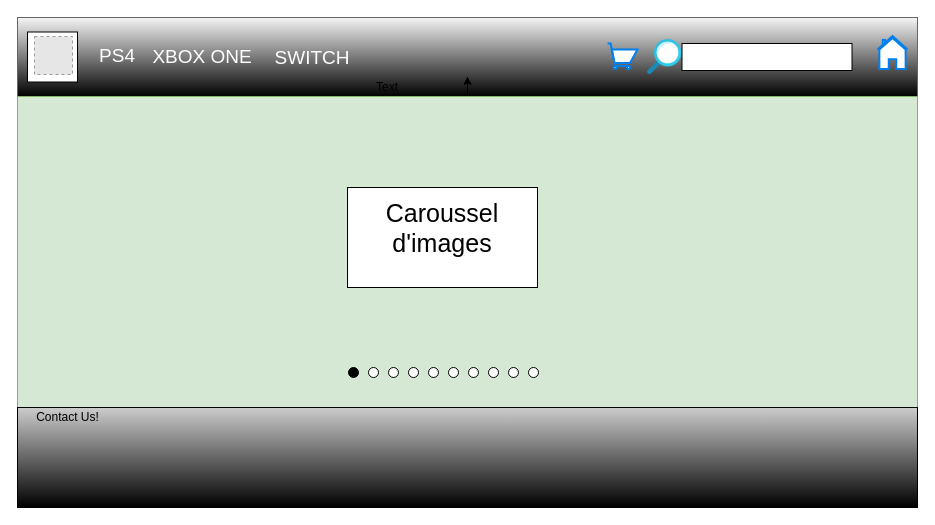
Earlier version of the draw.io diagram Untitled Diagram.drawio (At0micA55/school_stuff). Source tidied: cells renumbered, new cells numbered last; positions are measured from the earlier drawing's top-left corner, leaving out a move shared by most shapes. Both pictures are drawn from the tidied source at 100%, with x=0, y=0 at pixel (17, 17). Pictures stored in the file or linked from it are replaced by grey dashed boxes.
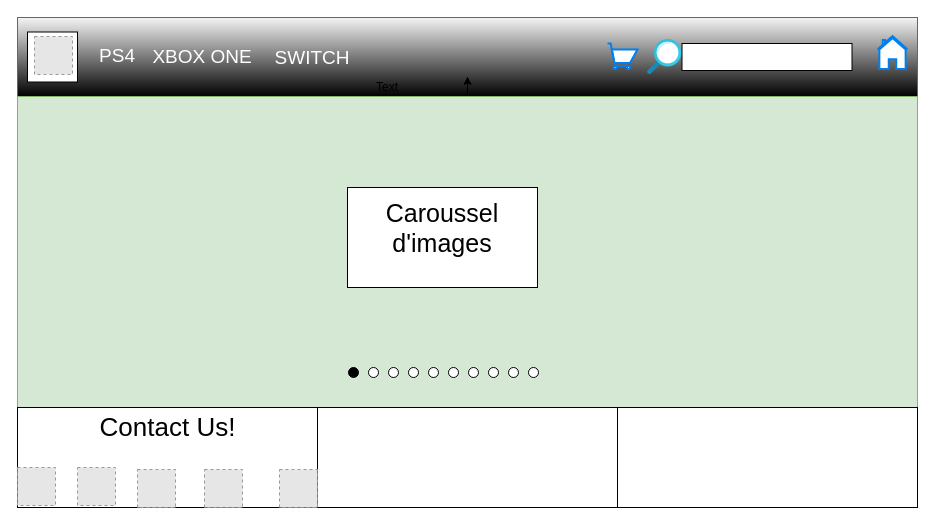
Above is the later version.

Diff of the diagram source:
```diff
@@
-    <mxCell id="18" style="rounded=0;whiteSpace=wrap;html=1;gradientDirection=north;fillColor=#000000;gradientColor=#CCCCCC;" parent="1" vertex="1">
-      <mxGeometry y="390" width="900" height="100" as="geometry" />
-    </mxCell>
@@
-    <mxCell id="20" value="Contact Us!" style="text;html=1;align=center;verticalAlign=middle;fillColor=none;strokeColor=none;rounded=0;" parent="1" vertex="1">
-      <mxGeometry x="10" y="390" width="80" height="20" as="geometry" />
-    </mxCell>
@@
+    <mxCell id="31" style="rounded=0;whiteSpace=wrap;html=1;fillColor=#FFFFFF;gradientColor=none;" parent="1" vertex="1">
+      <mxGeometry y="390" width="300" height="100" as="geometry" />
+    </mxCell>
@@
+    <mxCell id="32" style="rounded=0;whiteSpace=wrap;html=1;fillColor=#FFFFFF;gradientColor=none;" parent="1" vertex="1">
+      <mxGeometry x="300" y="390" width="300" height="100" as="geometry" />
+    </mxCell>
@@
+    <mxCell id="33" style="rounded=0;whiteSpace=wrap;html=1;fillColor=#FFFFFF;gradientColor=none;" parent="1" vertex="1">
+      <mxGeometry x="600" y="390" width="300" height="100" as="geometry" />
+    </mxCell>
+    <mxCell id="20" value="&lt;font style=&quot;font-size: 26px&quot;&gt;Contact Us!&lt;/font&gt;" style="text;html=1;align=center;verticalAlign=middle;fillColor=none;strokeColor=none;rounded=0;" parent="1" vertex="1">
+      <mxGeometry x="75" y="400" width="150" height="20" as="geometry" />
+    </mxCell>
+    <mxCell id="34" style="fillColor=#E6E6E6;strokeColor=#999999;dashed=1;html=1;verticalAlign=top;verticalLabelPosition=bottom;labelBackgroundColor=#ffffff;" parent="1" vertex="1">
+      <mxGeometry x="262" y="452" width="38" height="38" as="geometry" />
+    </mxCell>
+    <mxCell id="35" style="fillColor=#E6E6E6;strokeColor=#999999;dashed=1;html=1;verticalAlign=top;verticalLabelPosition=bottom;labelBackgroundColor=#ffffff;" parent="1" vertex="1">
+      <mxGeometry y="450" width="38" height="38" as="geometry" />
+    </mxCell>
+    <mxCell id="36" style="fillColor=#E6E6E6;strokeColor=#999999;dashed=1;html=1;verticalAlign=top;verticalLabelPosition=bottom;labelBackgroundColor=#ffffff;" parent="1" vertex="1">
+      <mxGeometry x="60" y="450" width="38" height="38" as="geometry" />
+    </mxCell>
+    <mxCell id="37" style="fillColor=#E6E6E6;strokeColor=#999999;dashed=1;html=1;verticalAlign=top;verticalLabelPosition=bottom;labelBackgroundColor=#ffffff;" parent="1" vertex="1">
+      <mxGeometry x="120" y="452" width="38" height="38" as="geometry" />
+    </mxCell>
+    <mxCell id="38" style="fillColor=#E6E6E6;strokeColor=#999999;dashed=1;html=1;verticalAlign=top;verticalLabelPosition=bottom;labelBackgroundColor=#ffffff;" parent="1" vertex="1">
+      <mxGeometry x="187" y="452" width="38" height="38" as="geometry" />
+    </mxCell>
```
